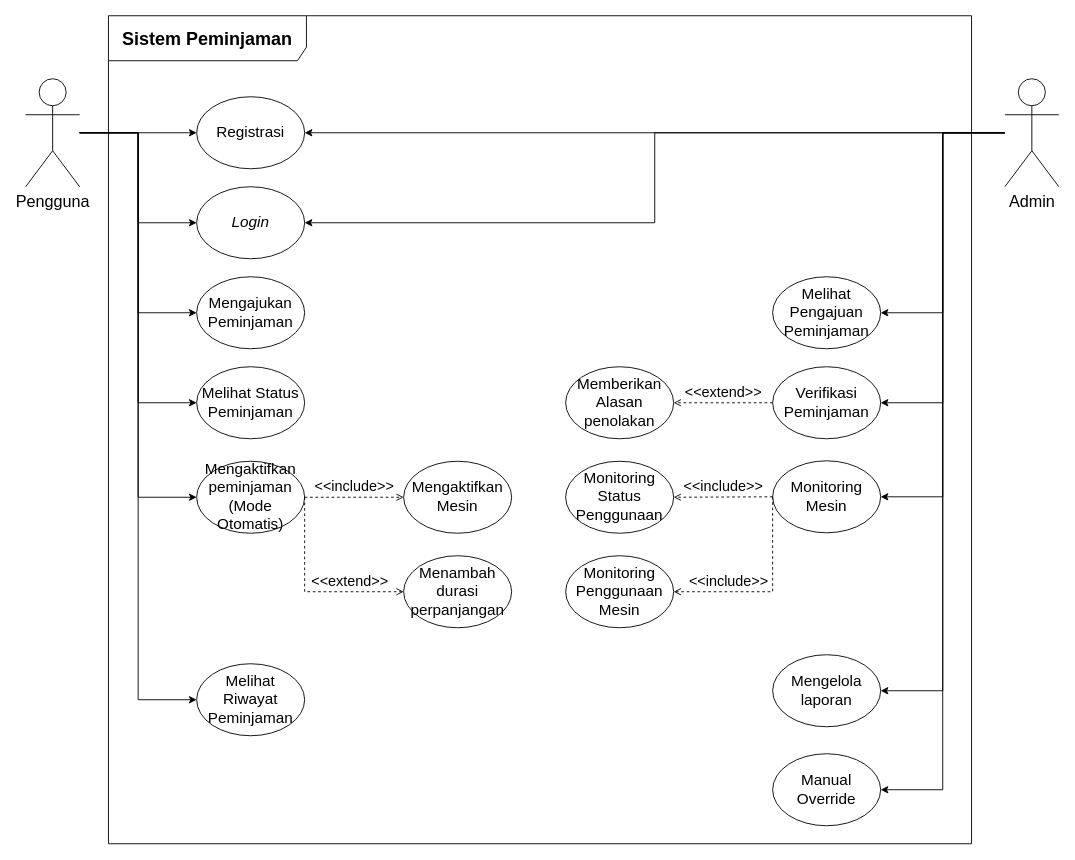
This is page "Salinan Use Case" (28 of 39) of Diagram Aktivitas Admin.drawio.xml from murtianggraeni/TugasAkhir_Flowchart, a draw.io file, before an edit. Source tidied: cells renumbered, new cells numbered last; positions are measured from the earlier drawing's top-left corner, leaving out a move shared by most shapes. Both pictures are drawn from the tidied source at 90%, with x=0, y=0 at pixel (25, 15).
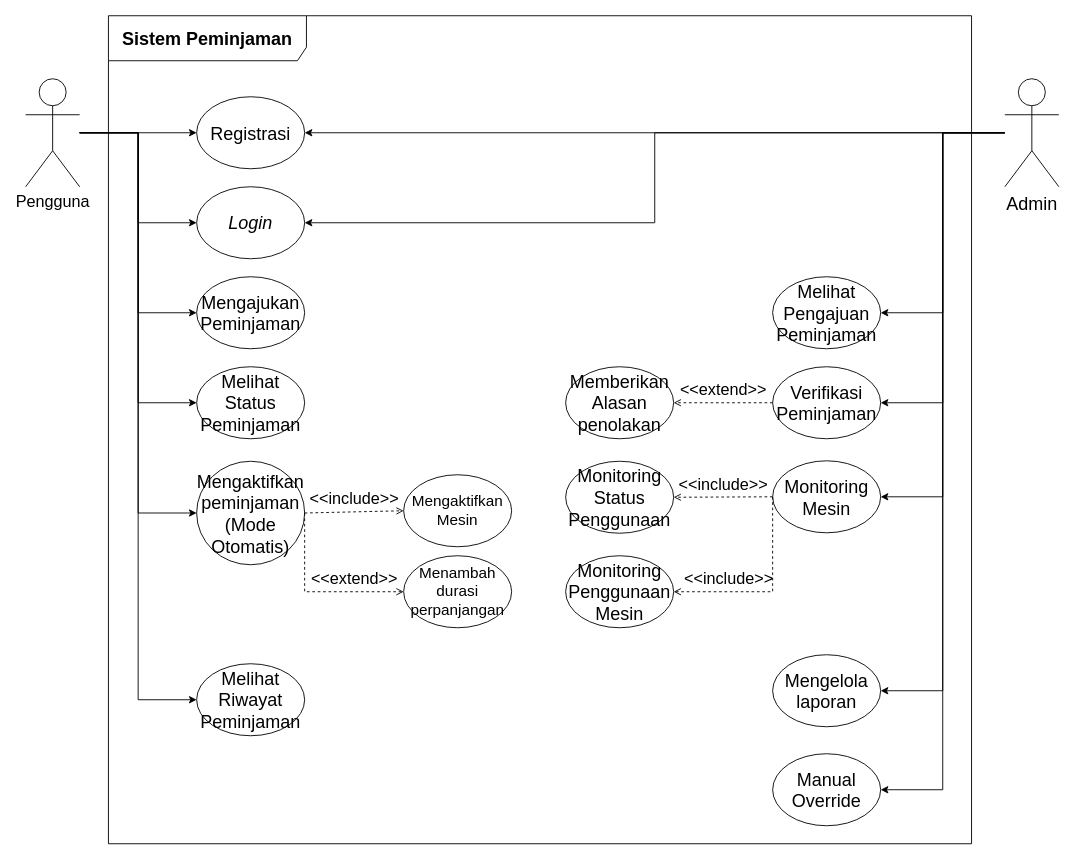
The same diagram, later.

The change refers to these unchanged cells:
```xml
<mxCell id="38" value="&lt;font style=&quot;font-size: 17px;&quot;&gt;Menambah durasi perpanjangan&lt;/font&gt;" style="ellipse;whiteSpace=wrap;html=1;" parent="1" vertex="1">
  <mxGeometry x="420" y="600" width="120" height="80" as="geometry" />
</mxCell>
```

What changed in the source:
```diff
@@
-    <mxCell id="16" value="&lt;font style=&quot;font-size: 18px;&quot;&gt;Admin&lt;/font&gt;" style="shape=umlActor;verticalLabelPosition=bottom;verticalAlign=top;html=1;outlineConnect=0;" parent="1" vertex="1">
+    <mxCell id="16" value="&lt;font style=&quot;font-size: 20px;&quot;&gt;Admin&lt;/font&gt;" style="shape=umlActor;verticalLabelPosition=bottom;verticalAlign=top;html=1;outlineConnect=0;" parent="1" vertex="1">
       <mxGeometry x="1088" y="70" width="60" height="120" as="geometry" />
     </mxCell>
-    <mxCell id="17" value="&lt;font style=&quot;font-size: 17px;&quot;&gt;Registrasi&lt;/font&gt;" style="ellipse;whiteSpace=wrap;html=1;" parent="1" vertex="1">
+    <mxCell id="17" value="&lt;font style=&quot;font-size: 20px;&quot;&gt;Registrasi&lt;/font&gt;" style="ellipse;whiteSpace=wrap;html=1;" parent="1" vertex="1">
       <mxGeometry x="190" y="90" width="120" height="80" as="geometry" />
     </mxCell>
-    <mxCell id="18" value="&lt;font style=&quot;font-size: 17px;&quot;&gt;&lt;i&gt;Login&lt;/i&gt;&lt;/font&gt;" style="ellipse;whiteSpace=wrap;html=1;" parent="1" vertex="1">
+    <mxCell id="18" value="&lt;font style=&quot;font-size: 20px;&quot;&gt;&lt;i style=&quot;&quot;&gt;Login&lt;/i&gt;&lt;/font&gt;" style="ellipse;whiteSpace=wrap;html=1;" parent="1" vertex="1">
       <mxGeometry x="190" y="190" width="120" height="80" as="geometry" />
     </mxCell>
-    <mxCell id="19" value="&lt;font style=&quot;font-size: 17px;&quot;&gt;Mengajukan Peminjaman&lt;/font&gt;" style="ellipse;whiteSpace=wrap;html=1;" parent="1" vertex="1">
+    <mxCell id="19" value="&lt;font style=&quot;font-size: 20px;&quot;&gt;Mengajukan Peminjaman&lt;/font&gt;" style="ellipse;whiteSpace=wrap;html=1;" parent="1" vertex="1">
       <mxGeometry x="190" y="290" width="120" height="80" as="geometry" />
     </mxCell>
-    <mxCell id="20" value="&lt;font style=&quot;font-size: 17px;&quot;&gt;Melihat Status Peminjaman&lt;/font&gt;" style="ellipse;whiteSpace=wrap;html=1;" parent="1" vertex="1">
+    <mxCell id="20" value="&lt;font style=&quot;font-size: 20px;&quot;&gt;Melihat Status Peminjaman&lt;/font&gt;" style="ellipse;whiteSpace=wrap;html=1;" parent="1" vertex="1">
       <mxGeometry x="190" y="390" width="120" height="80" as="geometry" />
     </mxCell>
-    <mxCell id="21" value="&lt;font style=&quot;font-size: 17px;&quot;&gt;Mengaktifkan peminjaman (Mode Otomatis)&lt;/font&gt;" style="ellipse;whiteSpace=wrap;html=1;" parent="1" vertex="1">
-      <mxGeometry x="190" y="495" width="120" height="80" as="geometry" />
+    <mxCell id="21" value="&lt;font style=&quot;font-size: 20px;&quot;&gt;Mengaktifkan peminjaman (Mode Otomatis)&lt;/font&gt;" style="ellipse;whiteSpace=wrap;html=1;" parent="1" vertex="1">
+      <mxGeometry x="190" y="495" width="120" height="115" as="geometry" />
     </mxCell>
-    <mxCell id="22" value="&lt;font style=&quot;font-size: 17px;&quot;&gt;Melihat Pengajuan Peminjaman&lt;/font&gt;" style="ellipse;whiteSpace=wrap;html=1;" parent="1" vertex="1">
+    <mxCell id="22" value="&lt;font style=&quot;font-size: 20px;&quot;&gt;Melihat Pengajuan Peminjaman&lt;/font&gt;" style="ellipse;whiteSpace=wrap;html=1;" parent="1" vertex="1">
       <mxGeometry x="830" y="290" width="120" height="80" as="geometry" />
     </mxCell>
-    <mxCell id="23" value="&lt;font style=&quot;font-size: 17px;&quot;&gt;Verifikasi Peminjaman&lt;/font&gt;" style="ellipse;whiteSpace=wrap;html=1;" parent="1" vertex="1">
+    <mxCell id="23" value="&lt;font style=&quot;font-size: 20px;&quot;&gt;Verifikasi Peminjaman&lt;/font&gt;" style="ellipse;whiteSpace=wrap;html=1;" parent="1" vertex="1">
       <mxGeometry x="830" y="390" width="120" height="80" as="geometry" />
     </mxCell>
-    <mxCell id="24" value="&lt;font style=&quot;font-size: 17px;&quot;&gt;Monitoring Mesin&lt;/font&gt;" style="ellipse;whiteSpace=wrap;html=1;" parent="1" vertex="1">
+    <mxCell id="24" value="&lt;font style=&quot;font-size: 20px;&quot;&gt;Monitoring Mesin&lt;/font&gt;" style="ellipse;whiteSpace=wrap;html=1;" parent="1" vertex="1">
       <mxGeometry x="830" y="494.5" width="120" height="80" as="geometry" />
     </mxCell>
-    <mxCell id="25" value="&lt;font style=&quot;font-size: 17px;&quot;&gt;Memberikan Alasan penolakan&lt;/font&gt;" style="ellipse;whiteSpace=wrap;html=1;" parent="1" vertex="1">
+    <mxCell id="25" value="&lt;font style=&quot;font-size: 20px;&quot;&gt;Memberikan Alasan penolakan&lt;/font&gt;" style="ellipse;whiteSpace=wrap;html=1;" parent="1" vertex="1">
       <mxGeometry x="600" y="390" width="120" height="80" as="geometry" />
     </mxCell>
-    <mxCell id="26" value="&lt;font style=&quot;font-size: 16px;&quot;&gt;&amp;lt;&amp;lt;include&amp;gt;&amp;gt;&lt;/font&gt;" style="html=1;verticalAlign=bottom;labelBackgroundColor=none;endArrow=open;endFill=0;dashed=1;rounded=0;entryX=0;entryY=0.5;entryDx=0;entryDy=0;" parent="1" edge="1" target="28">
-      <mxGeometry relative="1" as="geometry">
-        <mxPoint x="310" y="535" as="sourcePoint" />
-      </mxGeometry>
+    <mxCell id="26" value="&lt;font style=&quot;font-size: 18px;&quot;&gt;&amp;lt;&amp;lt;include&amp;gt;&amp;gt;&lt;/font&gt;" style="html=1;verticalAlign=bottom;labelBackgroundColor=none;endArrow=open;endFill=0;dashed=1;rounded=0;entryX=0;entryY=0.5;entryDx=0;entryDy=0;exitX=1;exitY=0.5;exitDx=0;exitDy=0;" parent="1" edge="1" source="21" target="28">
+      <mxGeometry relative="1" as="geometry" />
     </mxCell>
-    <mxCell id="27" value="&lt;font style=&quot;font-size: 16px;&quot;&gt;&amp;lt;&amp;lt;extend&amp;gt;&amp;gt;&lt;/font&gt;" style="html=1;verticalAlign=bottom;labelBackgroundColor=none;endArrow=open;endFill=0;dashed=1;rounded=0;exitX=0;exitY=0.5;exitDx=0;exitDy=0;entryX=1;entryY=0.5;entryDx=0;entryDy=0;" parent="1" edge="1" source="23" target="25">
+    <mxCell id="27" value="&lt;font style=&quot;font-size: 18px;&quot;&gt;&amp;lt;&amp;lt;extend&amp;gt;&amp;gt;&lt;/font&gt;" style="html=1;verticalAlign=bottom;labelBackgroundColor=none;endArrow=open;endFill=0;dashed=1;rounded=0;exitX=0;exitY=0.5;exitDx=0;exitDy=0;entryX=1;entryY=0.5;entryDx=0;entryDy=0;" parent="1" edge="1" source="23" target="25">
       <mxGeometry relative="1" as="geometry" />
     </mxCell>
     <mxCell id="28" value="&lt;font style=&quot;font-size: 17px;&quot;&gt;Mengaktifkan Mesin&lt;/font&gt;" style="ellipse;whiteSpace=wrap;html=1;" parent="1" vertex="1">
-      <mxGeometry x="420" y="495" width="120" height="80" as="geometry" />
+      <mxGeometry x="420" y="510" width="120" height="80" as="geometry" />
     </mxCell>
-    <mxCell id="29" value="&lt;font style=&quot;font-size: 17px;&quot;&gt;Melihat Riwayat Peminjaman&lt;/font&gt;" style="ellipse;whiteSpace=wrap;html=1;" parent="1" vertex="1">
+    <mxCell id="29" value="&lt;font style=&quot;font-size: 20px;&quot;&gt;Melihat Riwayat Peminjaman&lt;/font&gt;" style="ellipse;whiteSpace=wrap;html=1;" parent="1" vertex="1">
       <mxGeometry x="190" y="720" width="120" height="80" as="geometry" />
     </mxCell>
@@
-    <mxCell id="31" value="&lt;span style=&quot;text-align: left;&quot;&gt;&lt;font style=&quot;font-size: 17px;&quot;&gt;Mengelola laporan&lt;/font&gt;&lt;/span&gt;" style="ellipse;whiteSpace=wrap;html=1;" parent="1" vertex="1">
+    <mxCell id="31" value="&lt;span style=&quot;text-align: left;&quot;&gt;&lt;font style=&quot;font-size: 20px;&quot;&gt;Mengelola laporan&lt;/font&gt;&lt;/span&gt;" style="ellipse;whiteSpace=wrap;html=1;" parent="1" vertex="1">
       <mxGeometry x="830" y="710" width="120" height="80" as="geometry" />
     </mxCell>
-    <mxCell id="32" value="&lt;font style=&quot;font-size: 17px;&quot;&gt;Manual Override&lt;/font&gt;" style="ellipse;whiteSpace=wrap;html=1;" parent="1" vertex="1">
+    <mxCell id="32" value="&lt;font style=&quot;font-size: 20px;&quot;&gt;Manual Override&lt;/font&gt;" style="ellipse;whiteSpace=wrap;html=1;" parent="1" vertex="1">
       <mxGeometry x="830" y="820" width="120" height="80" as="geometry" />
     </mxCell>
-    <mxCell id="33" value="&lt;font style=&quot;font-size: 16px;&quot;&gt;&amp;lt;&amp;lt;include&amp;gt;&amp;gt;&lt;/font&gt;" style="html=1;verticalAlign=bottom;labelBackgroundColor=none;endArrow=open;endFill=0;dashed=1;rounded=0;exitX=0;exitY=0.5;exitDx=0;exitDy=0;entryX=1;entryY=0.5;entryDx=0;entryDy=0;" parent="1" edge="1" source="24" target="34">
+    <mxCell id="33" value="&lt;font style=&quot;font-size: 18px;&quot;&gt;&amp;lt;&amp;lt;include&amp;gt;&amp;gt;&lt;/font&gt;" style="html=1;verticalAlign=bottom;labelBackgroundColor=none;endArrow=open;endFill=0;dashed=1;rounded=0;exitX=0;exitY=0.5;exitDx=0;exitDy=0;entryX=1;entryY=0.5;entryDx=0;entryDy=0;" parent="1" edge="1" source="24" target="34">
       <mxGeometry relative="1" as="geometry" />
     </mxCell>
-    <mxCell id="34" value="&lt;font style=&quot;font-size: 17px;&quot;&gt;Monitoring Status Penggunaan&lt;/font&gt;" style="ellipse;whiteSpace=wrap;html=1;" parent="1" vertex="1">
+    <mxCell id="34" value="&lt;font style=&quot;font-size: 20px;&quot;&gt;Monitoring Status Penggunaan&lt;/font&gt;" style="ellipse;whiteSpace=wrap;html=1;" parent="1" vertex="1">
       <mxGeometry x="600" y="495" width="120" height="80" as="geometry" />
     </mxCell>
-    <mxCell id="35" value="&lt;font style=&quot;font-size: 17px;&quot;&gt;Monitoring Penggunaan Mesin&lt;/font&gt;" style="ellipse;whiteSpace=wrap;html=1;" parent="1" vertex="1">
+    <mxCell id="35" value="&lt;font style=&quot;font-size: 20px;&quot;&gt;Monitoring Penggunaan Mesin&lt;/font&gt;" style="ellipse;whiteSpace=wrap;html=1;" parent="1" vertex="1">
       <mxGeometry x="600" y="600" width="120" height="80" as="geometry" />
     </mxCell>
-    <mxCell id="36" value="&lt;font style=&quot;font-size: 16px;&quot;&gt;&amp;lt;&amp;lt;include&amp;gt;&amp;gt;&lt;/font&gt;" style="html=1;verticalAlign=bottom;labelBackgroundColor=none;endArrow=open;endFill=0;dashed=1;rounded=0;exitX=0;exitY=0.5;exitDx=0;exitDy=0;entryX=1;entryY=0.5;entryDx=0;entryDy=0;" parent="1" edge="1" source="24" target="35">
+    <mxCell id="36" value="&lt;font style=&quot;font-size: 18px;&quot;&gt;&amp;lt;&amp;lt;include&amp;gt;&amp;gt;&lt;/font&gt;" style="html=1;verticalAlign=bottom;labelBackgroundColor=none;endArrow=open;endFill=0;dashed=1;rounded=0;exitX=0;exitY=0.5;exitDx=0;exitDy=0;entryX=1;entryY=0.5;entryDx=0;entryDy=0;" parent="1" edge="1" source="24" target="35">
       <mxGeometry x="0.44" relative="1" as="geometry">
         <Array as="points">
           <mxPoint x="830" y="640" />
         </Array>
       </mxGeometry>
     </mxCell>
-    <mxCell id="37" value="&lt;font style=&quot;font-size: 16px;&quot;&gt;&amp;lt;&amp;lt;extend&amp;gt;&amp;gt;&lt;/font&gt;" style="html=1;verticalAlign=bottom;labelBackgroundColor=none;endArrow=open;endFill=0;dashed=1;rounded=0;entryX=0;entryY=0.5;entryDx=0;entryDy=0;exitX=1;exitY=0.5;exitDx=0;exitDy=0;" parent="1" edge="1" source="21" target="38">
+    <mxCell id="37" value="&lt;font style=&quot;font-size: 18px;&quot;&gt;&amp;lt;&amp;lt;extend&amp;gt;&amp;gt;&lt;/font&gt;" style="html=1;verticalAlign=bottom;labelBackgroundColor=none;endArrow=open;endFill=0;dashed=1;rounded=0;entryX=0;entryY=0.5;entryDx=0;entryDy=0;exitX=1;exitY=0.5;exitDx=0;exitDy=0;" parent="1" edge="1" source="21" target="38">
       <mxGeometry x="0.44" relative="1" as="geometry">
         <Array as="points">
           <mxPoint x="310" y="640" />
         </Array>
       </mxGeometry>
     </mxCell>
```
